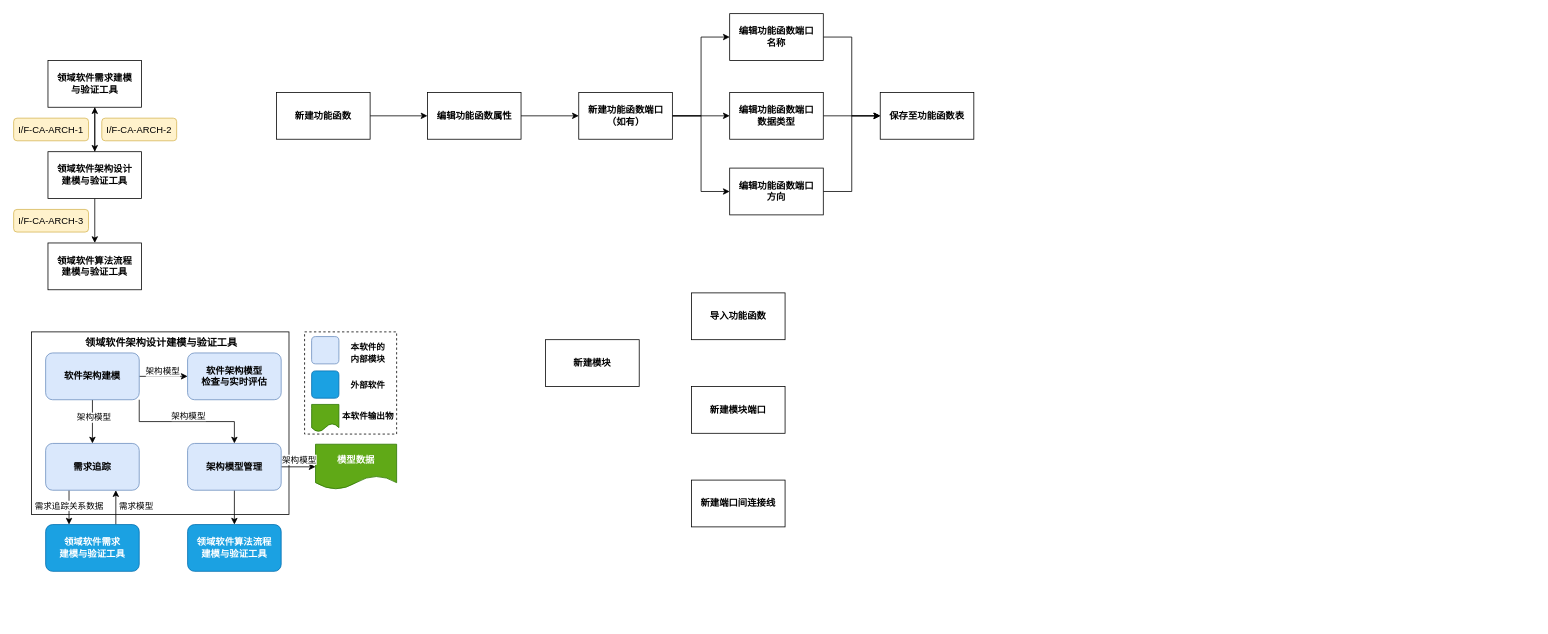
This is page "第 2 页" (2 of 2) of Usage Instructions/安全攸关模版.drawio from Ayuan66/ArchTacRV-Software-Architectural-Tactics-Detector-and-Verifier, a draw.io file, before an edit. Source tidied: cells renumbered, new cells numbered last; positions are measured from the earlier drawing's top-left corner, leaving out a move shared by most shapes. Both pictures are drawn from the tidied source at 78%, with x=0, y=0 at pixel (13, 13).
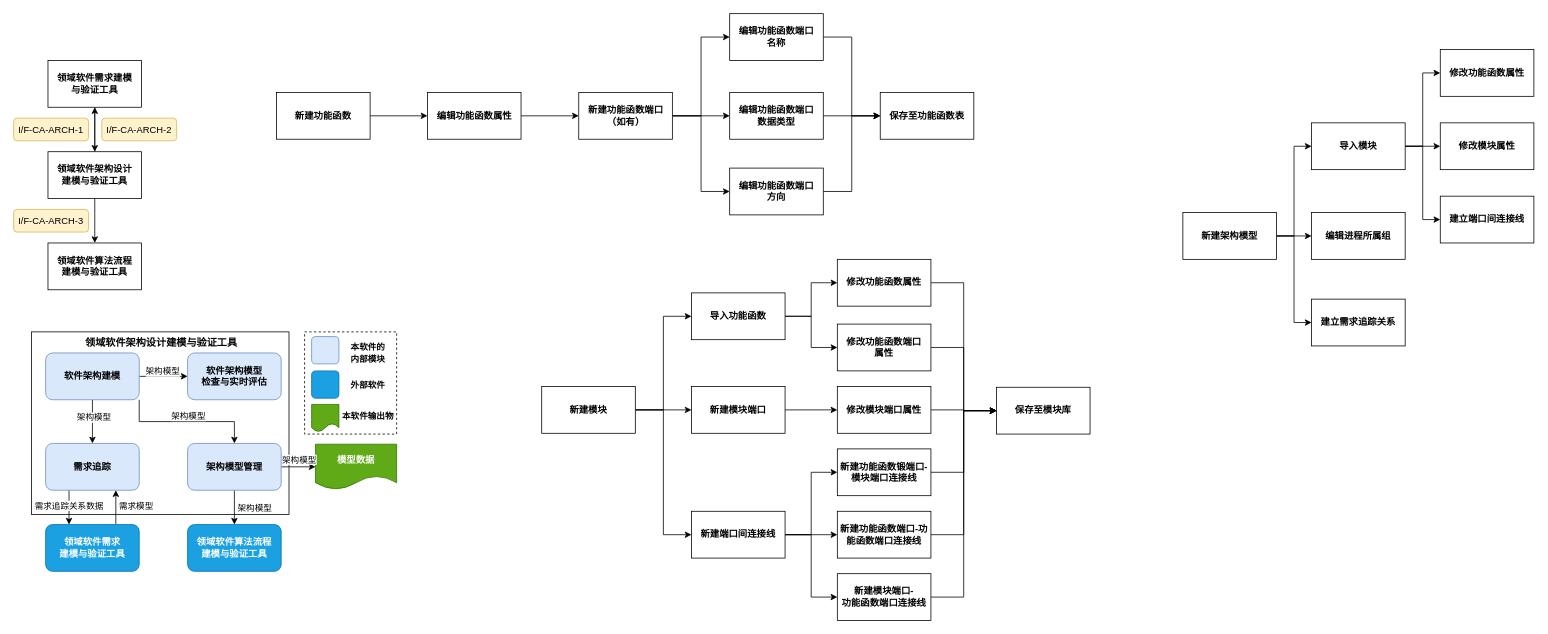
Above is the later version.

Commit message:
更新模块建模、架构建模的处理过程

Unchanged cells that the change refers to:
```xml
<mxCell id="56" value="&lt;b&gt;导入功能函数&lt;/b&gt;" style="whiteSpace=wrap;html=1;" parent="1" vertex="1">
  <mxGeometry x="869" y="358" width="120" height="60" as="geometry" />
</mxCell>
<mxCell id="57" value="&lt;b&gt;新建模块端口&lt;/b&gt;" style="whiteSpace=wrap;html=1;" parent="1" vertex="1">
  <mxGeometry x="869" y="478" width="120" height="60" as="geometry" />
</mxCell>
```

Change to the diagram source:
```diff
@@
+    <mxCell id="59" style="edgeStyle=orthogonalEdgeStyle;rounded=0;jettySize=auto;html=1;exitX=1;exitY=0.5;exitDx=0;exitDy=0;" parent="1" edge="1" source="55" target="57">
+      <mxGeometry relative="1" as="geometry" />
+    </mxCell>
+    <mxCell id="60" style="edgeStyle=orthogonalEdgeStyle;rounded=0;jettySize=auto;html=1;exitX=1;exitY=0.5;exitDx=0;exitDy=0;entryX=0;entryY=0.5;entryDx=0;entryDy=0;" parent="1" edge="1" source="55" target="56">
+      <mxGeometry relative="1" as="geometry" />
+    </mxCell>
+    <mxCell id="61" style="edgeStyle=orthogonalEdgeStyle;rounded=0;jettySize=auto;html=1;exitX=1;exitY=0.5;exitDx=0;exitDy=0;entryX=0;entryY=0.5;entryDx=0;entryDy=0;" parent="1" edge="1" source="55" target="58">
+      <mxGeometry relative="1" as="geometry" />
+    </mxCell>
     <mxCell id="55" value="&lt;b&gt;新建模块&lt;/b&gt;" style="whiteSpace=wrap;html=1;" parent="1" vertex="1">
-      <mxGeometry x="682" y="418" width="120" height="60" as="geometry" />
+      <mxGeometry x="677" y="478" width="120" height="60" as="geometry" />
     </mxCell>
+    <mxCell id="62" style="edgeStyle=orthogonalEdgeStyle;rounded=0;jettySize=auto;html=1;exitX=1;exitY=0.5;exitDx=0;exitDy=0;" parent="1" edge="1" source="56" target="69">
+      <mxGeometry relative="1" as="geometry" />
+    </mxCell>
+    <mxCell id="63" style="edgeStyle=orthogonalEdgeStyle;rounded=0;jettySize=auto;html=1;exitX=1;exitY=0.5;exitDx=0;exitDy=0;entryX=0;entryY=0.5;entryDx=0;entryDy=0;" parent="1" edge="1" source="56" target="71">
+      <mxGeometry relative="1" as="geometry" />
+    </mxCell>
@@
+    <mxCell id="64" style="edgeStyle=orthogonalEdgeStyle;rounded=0;jettySize=auto;html=1;exitX=1;exitY=0.5;exitDx=0;exitDy=0;" parent="1" edge="1" source="57" target="73">
+      <mxGeometry relative="1" as="geometry" />
+    </mxCell>
@@
+    <mxCell id="65" style="edgeStyle=orthogonalEdgeStyle;rounded=0;jettySize=auto;html=1;exitX=1;exitY=0.5;exitDx=0;exitDy=0;entryX=0;entryY=0.5;entryDx=0;entryDy=0;" parent="1" edge="1" source="58" target="75">
+      <mxGeometry relative="1" as="geometry" />
+    </mxCell>
+    <mxCell id="66" style="edgeStyle=orthogonalEdgeStyle;rounded=0;jettySize=auto;html=1;exitX=1;exitY=0.5;exitDx=0;exitDy=0;" parent="1" edge="1" source="58" target="77">
+      <mxGeometry relative="1" as="geometry" />
+    </mxCell>
+    <mxCell id="67" style="edgeStyle=orthogonalEdgeStyle;rounded=0;jettySize=auto;html=1;exitX=1;exitY=0.5;exitDx=0;exitDy=0;entryX=0;entryY=0.5;entryDx=0;entryDy=0;" parent="1" edge="1" source="58" target="79">
+      <mxGeometry relative="1" as="geometry" />
+    </mxCell>
     <mxCell id="58" value="&lt;b&gt;新建端口间连接线&lt;/b&gt;" style="whiteSpace=wrap;html=1;" parent="1" vertex="1">
-      <mxGeometry x="869" y="598" width="120" height="60" as="geometry" />
+      <mxGeometry x="869" y="638" width="120" height="60" as="geometry" />
     </mxCell>
+    <mxCell id="68" style="edgeStyle=orthogonalEdgeStyle;rounded=0;jettySize=auto;html=1;exitX=1;exitY=0.5;exitDx=0;exitDy=0;entryX=0;entryY=0.5;entryDx=0;entryDy=0;" parent="1" edge="1" source="69" target="80">
+      <mxGeometry relative="1" as="geometry" />
+    </mxCell>
+    <mxCell id="69" value="&lt;b&gt;修改功能函数属性&lt;/b&gt;" style="whiteSpace=wrap;html=1;" parent="1" vertex="1">
+      <mxGeometry x="1056" y="315" width="120" height="60" as="geometry" />
+    </mxCell>
+    <mxCell id="70" style="edgeStyle=orthogonalEdgeStyle;rounded=0;jettySize=auto;html=1;exitX=1;exitY=0.5;exitDx=0;exitDy=0;entryX=0;entryY=0.5;entryDx=0;entryDy=0;" parent="1" edge="1" source="71" target="80">
+      <mxGeometry relative="1" as="geometry" />
+    </mxCell>
+    <mxCell id="71" value="&lt;b&gt;修改功能函数端口&lt;br&gt;属性&lt;/b&gt;" style="whiteSpace=wrap;html=1;" parent="1" vertex="1">
+      <mxGeometry x="1056" y="398" width="120" height="60" as="geometry" />
+    </mxCell>
+    <mxCell id="72" style="edgeStyle=orthogonalEdgeStyle;rounded=0;jettySize=auto;html=1;exitX=1;exitY=0.5;exitDx=0;exitDy=0;" parent="1" edge="1" source="73" target="80">
+      <mxGeometry relative="1" as="geometry" />
+    </mxCell>
+    <mxCell id="73" value="&lt;b&gt;修改模块端口属性&lt;/b&gt;" style="whiteSpace=wrap;html=1;" parent="1" vertex="1">
+      <mxGeometry x="1056" y="478" width="120" height="60" as="geometry" />
+    </mxCell>
+    <mxCell id="74" style="edgeStyle=orthogonalEdgeStyle;rounded=0;jettySize=auto;html=1;exitX=1;exitY=0.5;exitDx=0;exitDy=0;entryX=0;entryY=0.5;entryDx=0;entryDy=0;" parent="1" edge="1" source="75" target="80">
+      <mxGeometry relative="1" as="geometry" />
+    </mxCell>
+    <mxCell id="75" value="&lt;b&gt;新建功能函数锻端口-模块端口连接线&lt;/b&gt;" style="whiteSpace=wrap;html=1;" parent="1" vertex="1">
+      <mxGeometry x="1056" y="558" width="120" height="60" as="geometry" />
+    </mxCell>
+    <mxCell id="76" style="edgeStyle=orthogonalEdgeStyle;rounded=0;jettySize=auto;html=1;exitX=1;exitY=0.5;exitDx=0;exitDy=0;entryX=0;entryY=0.5;entryDx=0;entryDy=0;" parent="1" edge="1" source="77" target="80">
+      <mxGeometry relative="1" as="geometry" />
+    </mxCell>
+    <mxCell id="77" value="&lt;b&gt;新建功能函数端口-功能函数端口连接线&lt;/b&gt;" style="whiteSpace=wrap;html=1;" parent="1" vertex="1">
+      <mxGeometry x="1056" y="638" width="120" height="60" as="geometry" />
+    </mxCell>
+    <mxCell id="78" style="edgeStyle=orthogonalEdgeStyle;rounded=0;jettySize=auto;html=1;exitX=1;exitY=0.5;exitDx=0;exitDy=0;entryX=0;entryY=0.5;entryDx=0;entryDy=0;" parent="1" edge="1" source="79" target="80">
+      <mxGeometry relative="1" as="geometry" />
+    </mxCell>
+    <mxCell id="79" value="&lt;b&gt;新建模块端口-&lt;br&gt;功能函数端口连接线&lt;/b&gt;" style="whiteSpace=wrap;html=1;" parent="1" vertex="1">
+      <mxGeometry x="1056" y="718" width="120" height="60" as="geometry" />
+    </mxCell>
+    <mxCell id="80" value="&lt;b&gt;保存至模块库&lt;/b&gt;" style="whiteSpace=wrap;html=1;" parent="1" vertex="1">
+      <mxGeometry x="1260" y="479" width="120" height="60" as="geometry" />
+    </mxCell>
+    <mxCell id="81" value="架构模型" style="edgeLabel;html=1;align=center;verticalAlign=middle;" parent="1" vertex="1">
+      <mxGeometry x="308" y="633" as="geometry" />
+    </mxCell>
+    <mxCell id="82" style="edgeStyle=orthogonalEdgeStyle;rounded=0;jettySize=auto;html=1;exitX=1;exitY=0.5;exitDx=0;exitDy=0;" parent="1" edge="1" source="85" target="93">
+      <mxGeometry relative="1" as="geometry" />
+    </mxCell>
+    <mxCell id="83" style="edgeStyle=orthogonalEdgeStyle;rounded=0;jettySize=auto;html=1;exitX=1;exitY=0.5;exitDx=0;exitDy=0;entryX=0;entryY=0.5;entryDx=0;entryDy=0;" parent="1" edge="1" source="85" target="89">
+      <mxGeometry relative="1" as="geometry" />
+    </mxCell>
+    <mxCell id="84" style="edgeStyle=orthogonalEdgeStyle;rounded=0;jettySize=auto;html=1;exitX=1;exitY=0.5;exitDx=0;exitDy=0;entryX=0;entryY=0.5;entryDx=0;entryDy=0;" parent="1" edge="1" source="85" target="94">
+      <mxGeometry relative="1" as="geometry" />
+    </mxCell>
+    <mxCell id="85" value="&lt;b&gt;新建架构模型&lt;/b&gt;" style="whiteSpace=wrap;html=1;" parent="1" vertex="1">
+      <mxGeometry x="1499" y="255" width="120" height="60" as="geometry" />
+    </mxCell>
+    <mxCell id="86" style="edgeStyle=orthogonalEdgeStyle;rounded=0;jettySize=auto;html=1;exitX=1;exitY=0.5;exitDx=0;exitDy=0;" parent="1" edge="1" source="89" target="91">
+      <mxGeometry relative="1" as="geometry" />
+    </mxCell>
+    <mxCell id="87" style="edgeStyle=orthogonalEdgeStyle;rounded=0;jettySize=auto;html=1;exitX=1;exitY=0.5;exitDx=0;exitDy=0;entryX=0;entryY=0.5;entryDx=0;entryDy=0;" parent="1" edge="1" source="89" target="90">
+      <mxGeometry relative="1" as="geometry" />
+    </mxCell>
+    <mxCell id="88" style="edgeStyle=orthogonalEdgeStyle;rounded=0;jettySize=auto;html=1;exitX=1;exitY=0.5;exitDx=0;exitDy=0;entryX=0;entryY=0.5;entryDx=0;entryDy=0;" parent="1" edge="1" source="89" target="92">
+      <mxGeometry relative="1" as="geometry" />
+    </mxCell>
+    <mxCell id="89" value="&lt;b&gt;导入模块&lt;/b&gt;" style="whiteSpace=wrap;html=1;" parent="1" vertex="1">
+      <mxGeometry x="1664" y="140" width="120" height="60" as="geometry" />
+    </mxCell>
+    <mxCell id="90" value="&lt;b&gt;修改功能函数属性&lt;/b&gt;" style="whiteSpace=wrap;html=1;" parent="1" vertex="1">
+      <mxGeometry x="1829" y="46" width="120" height="60" as="geometry" />
+    </mxCell>
+    <mxCell id="91" value="&lt;b&gt;修改模块属性&lt;/b&gt;" style="whiteSpace=wrap;html=1;" parent="1" vertex="1">
+      <mxGeometry x="1829" y="140" width="120" height="60" as="geometry" />
+    </mxCell>
+    <mxCell id="92" value="&lt;b&gt;建立端口间连接线&lt;/b&gt;" style="whiteSpace=wrap;html=1;" parent="1" vertex="1">
+      <mxGeometry x="1829" y="234" width="120" height="60" as="geometry" />
+    </mxCell>
+    <mxCell id="93" value="&lt;b&gt;编辑进程所属组&lt;/b&gt;" style="whiteSpace=wrap;html=1;" parent="1" vertex="1">
+      <mxGeometry x="1664" y="255" width="120" height="60" as="geometry" />
+    </mxCell>
+    <mxCell id="94" value="&lt;b&gt;建立需求追踪关系&lt;/b&gt;" style="whiteSpace=wrap;html=1;" parent="1" vertex="1">
+      <mxGeometry x="1664" y="366" width="120" height="60" as="geometry" />
+    </mxCell>
```
